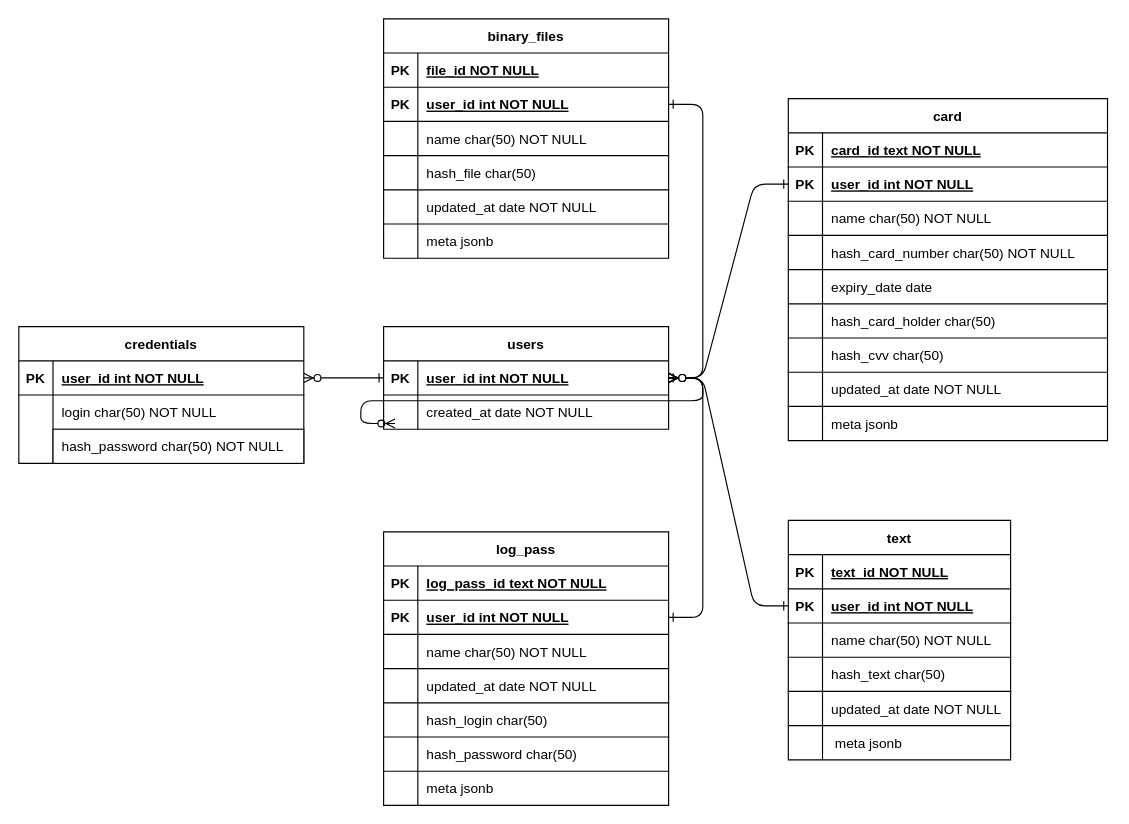
Before: db_scheme.drawio in mishankoGO/GophKeeper, a draw.io diagram. Source tidied: cells renumbered, new cells numbered last; positions are measured from the earlier drawing's top-left corner, leaving out a move shared by most shapes. Both pictures are drawn from the tidied source at 114%, with x=0, y=0 at pixel (18, 18).
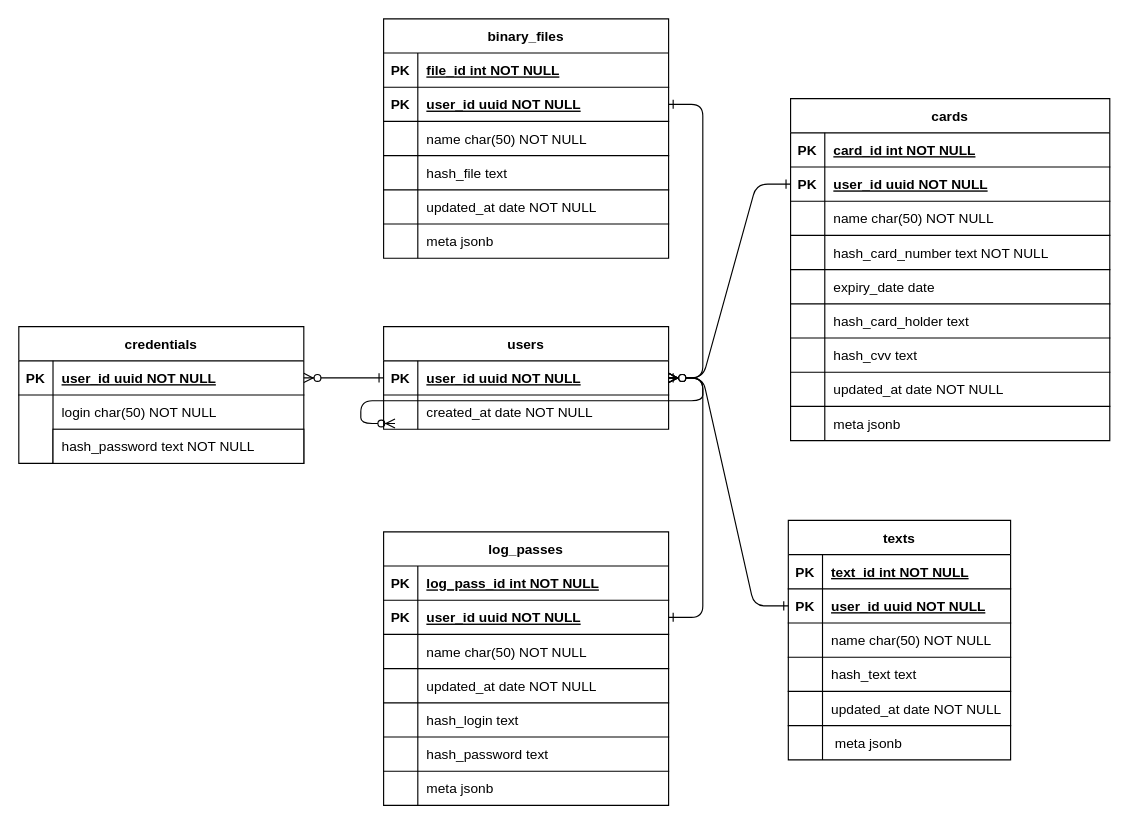
Above is the later version.

Unchanged cells that the change refers to:
```xml
<mxCell id="5" style="shape=partialRectangle;fillColor=none;points=[[0,0.5],[1,0.5]];portConstraint=eastwest;top=0;left=0;right=0;bottom=1;" parent="4" vertex="1">
  <mxGeometry y="30" width="250" height="30" as="geometry" />
</mxCell>
<mxCell id="12" style="shape=partialRectangle;fillColor=none;top=0;left=0;right=0;bottom=1;" parent="11" vertex="1">
  <mxGeometry y="30" width="195" height="30" as="geometry" />
</mxCell>
<mxCell id="15" style="shape=partialRectangle;fillColor=none;points=[[0,0.5],[1,0.5]];portConstraint=eastwest;top=0;left=0;right=0;bottom=1;" parent="11" vertex="1">
  <mxGeometry y="60" width="195" height="30" as="geometry" />
</mxCell>
<mxCell id="21" style="shape=partialRectangle;fillColor=none;top=0;left=0;right=0;bottom=1;" parent="11" vertex="1">
  <mxGeometry y="120" width="195" height="30" as="geometry" />
</mxCell>
<mxCell id="31" style="shape=partialRectangle;fillColor=none;points=[[0,0.5],[1,0.5]];portConstraint=eastwest;top=0;left=0;right=0;bottom=1;" parent="30" vertex="1">
  <mxGeometry y="30" width="250" height="30" as="geometry" />
</mxCell>
<mxCell id="44" style="shape=partialRectangle;fillColor=none;top=0;left=0;right=0;bottom=1;" parent="43" vertex="1">
  <mxGeometry y="30" width="250" height="30" as="geometry" />
</mxCell>
<mxCell id="47" style="shape=partialRectangle;fillColor=none;points=[[0,0.5],[1,0.5]];portConstraint=eastwest;top=0;left=0;right=0;bottom=1;" parent="43" vertex="1">
  <mxGeometry y="60" width="250" height="30" as="geometry" />
</mxCell>
<mxCell id="56" style="shape=partialRectangle;fillColor=none;top=0;left=0;right=0;bottom=1;" parent="43" vertex="1">
  <mxGeometry y="150" width="250" height="30" as="geometry" />
</mxCell>
<mxCell id="59" style="shape=partialRectangle;fillColor=none;top=0;left=0;right=0;bottom=1;" parent="43" vertex="1">
  <mxGeometry y="180" width="250" height="30" as="geometry" />
</mxCell>
<mxCell id="68" style="shape=partialRectangle;fillColor=none;top=0;left=0;right=0;bottom=1;" parent="67" vertex="1">
  <mxGeometry y="30" width="280" height="30" as="geometry" />
</mxCell>
<mxCell id="71" style="shape=partialRectangle;fillColor=none;points=[[0,0.5],[1,0.5]];portConstraint=eastwest;top=0;left=0;right=0;bottom=1;" parent="67" vertex="1">
  <mxGeometry y="60" width="280" height="30" as="geometry" />
</mxCell>
<mxCell id="77" style="shape=partialRectangle;fillColor=none;top=0;left=0;right=0;bottom=1;" parent="67" vertex="1">
  <mxGeometry y="120" width="280" height="30" as="geometry" />
</mxCell>
<mxCell id="80" style="shape=partialRectangle;fillColor=none;top=0;left=0;right=0;bottom=1;" parent="67" vertex="1">
  <mxGeometry y="150" width="280" height="30" as="geometry" />
</mxCell>
<mxCell id="83" style="shape=partialRectangle;fillColor=none;top=0;left=0;right=0;bottom=1;" parent="67" vertex="1">
  <mxGeometry y="180" width="280" height="30" as="geometry" />
</mxCell>
<mxCell id="86" style="shape=partialRectangle;fillColor=none;top=0;left=0;right=0;bottom=1;" parent="67" vertex="1">
  <mxGeometry y="210" width="280" height="30" as="geometry" />
</mxCell>
<mxCell id="97" style="shape=partialRectangle;fillColor=none;top=0;left=0;right=0;bottom=1;" parent="96" vertex="1">
  <mxGeometry y="30" width="250" height="30" as="geometry" />
</mxCell>
<mxCell id="100" style="shape=partialRectangle;fillColor=none;points=[[0,0.5],[1,0.5]];portConstraint=eastwest;top=0;left=0;right=0;bottom=1;" parent="96" vertex="1">
  <mxGeometry y="60" width="250" height="30" as="geometry" />
</mxCell>
<mxCell id="106" style="shape=partialRectangle;fillColor=none;top=0;left=0;right=0;bottom=1;" parent="96" vertex="1">
  <mxGeometry y="120" width="250" height="30" as="geometry" />
</mxCell>
```

Change to the diagram source:
```diff
@@
-    <mxCell id="7" value="user_id int NOT NULL " style="shape=partialRectangle;overflow=hidden;fillColor=none;top=0;left=0;bottom=0;right=0;align=left;spacingLeft=6;fontStyle=5;" parent="5" vertex="1">
+    <mxCell id="7" value="user_id uuid NOT NULL " style="shape=partialRectangle;overflow=hidden;fillColor=none;top=0;left=0;bottom=0;right=0;align=left;spacingLeft=6;fontStyle=5;" parent="5" vertex="1">
       <mxGeometry x="30" width="220" height="30" as="geometry" />
     </mxCell>
@@
-    <mxCell id="11" value="text" style="shape=table;startSize=30;childLayout=tableLayout;rowLines=0;fontStyle=1;align=center;" parent="1" vertex="1">
+    <mxCell id="11" value="texts" style="shape=table;startSize=30;childLayout=tableLayout;rowLines=0;fontStyle=1;align=center;" parent="1" vertex="1">
       <mxGeometry x="675" y="440" width="195" height="210" as="geometry" />
     </mxCell>
@@
-    <mxCell id="14" value="text_id NOT NULL" style="shape=partialRectangle;overflow=hidden;fillColor=none;top=0;left=0;bottom=0;right=0;align=left;spacingLeft=6;fontStyle=5;" parent="12" vertex="1">
+    <mxCell id="14" value="text_id int NOT NULL" style="shape=partialRectangle;overflow=hidden;fillColor=none;top=0;left=0;bottom=0;right=0;align=left;spacingLeft=6;fontStyle=5;" parent="12" vertex="1">
       <mxGeometry x="30" width="165" height="30" as="geometry" />
     </mxCell>
@@
-    <mxCell id="17" value="user_id int NOT NULL" style="shape=partialRectangle;overflow=hidden;fillColor=none;top=0;left=0;bottom=0;right=0;align=left;spacingLeft=6;fontStyle=5;" parent="15" vertex="1">
+    <mxCell id="17" value="user_id uuid NOT NULL" style="shape=partialRectangle;overflow=hidden;fillColor=none;top=0;left=0;bottom=0;right=0;align=left;spacingLeft=6;fontStyle=5;" parent="15" vertex="1">
       <mxGeometry x="30" width="165" height="30" as="geometry" />
     </mxCell>
@@
-    <mxCell id="23" value="hash_text char(50)" style="shape=partialRectangle;overflow=hidden;fillColor=none;top=0;left=0;bottom=0;right=0;align=left;spacingLeft=6;fontStyle=0;" parent="21" vertex="1">
+    <mxCell id="23" value="hash_text text" style="shape=partialRectangle;overflow=hidden;fillColor=none;top=0;left=0;bottom=0;right=0;align=left;spacingLeft=6;fontStyle=0;" parent="21" vertex="1">
       <mxGeometry x="30" width="165" height="30" as="geometry" />
     </mxCell>
@@
-    <mxCell id="33" value="user_id int NOT NULL " style="shape=partialRectangle;overflow=hidden;fillColor=none;top=0;left=0;bottom=0;right=0;align=left;spacingLeft=6;fontStyle=5;" parent="31" vertex="1">
+    <mxCell id="33" value="user_id uuid NOT NULL " style="shape=partialRectangle;overflow=hidden;fillColor=none;top=0;left=0;bottom=0;right=0;align=left;spacingLeft=6;fontStyle=5;" parent="31" vertex="1">
       <mxGeometry x="30" width="220" height="30" as="geometry" />
     </mxCell>
@@
-    <mxCell id="41" value="hash_password char(50) NOT NULL" style="shape=partialRectangle;overflow=hidden;fillColor=none;top=0;left=0;bottom=0;right=0;align=left;spacingLeft=6;" parent="1" vertex="1">
+    <mxCell id="41" value="hash_password text NOT NULL" style="shape=partialRectangle;overflow=hidden;fillColor=none;top=0;left=0;bottom=0;right=0;align=left;spacingLeft=6;" parent="1" vertex="1">
       <mxGeometry x="30" y="360" width="220" height="30" as="geometry" />
     </mxCell>
@@
-    <mxCell id="43" value="log_pass" style="shape=table;startSize=30;childLayout=tableLayout;rowLines=0;fontStyle=1;align=center;" parent="1" vertex="1">
+    <mxCell id="43" value="log_passes" style="shape=table;startSize=30;childLayout=tableLayout;rowLines=0;fontStyle=1;align=center;" parent="1" vertex="1">
       <mxGeometry x="320" y="450" width="250" height="240" as="geometry" />
     </mxCell>
@@
-    <mxCell id="46" value="log_pass_id text NOT NULL" style="shape=partialRectangle;overflow=hidden;fillColor=none;top=0;left=0;bottom=0;right=0;align=left;spacingLeft=6;fontStyle=5;" parent="44" vertex="1">
+    <mxCell id="46" value="log_pass_id int NOT NULL" style="shape=partialRectangle;overflow=hidden;fillColor=none;top=0;left=0;bottom=0;right=0;align=left;spacingLeft=6;fontStyle=5;" parent="44" vertex="1">
       <mxGeometry x="30" width="220" height="30" as="geometry" />
     </mxCell>
@@
-    <mxCell id="49" value="user_id int NOT NULL " style="shape=partialRectangle;overflow=hidden;fillColor=none;top=0;left=0;bottom=0;right=0;align=left;spacingLeft=6;fontStyle=5;" parent="47" vertex="1">
+    <mxCell id="49" value="user_id uuid NOT NULL " style="shape=partialRectangle;overflow=hidden;fillColor=none;top=0;left=0;bottom=0;right=0;align=left;spacingLeft=6;fontStyle=5;" parent="47" vertex="1">
       <mxGeometry x="30" width="220" height="30" as="geometry" />
     </mxCell>
@@
-    <mxCell id="58" value="hash_login char(50)" style="shape=partialRectangle;overflow=hidden;fillColor=none;top=0;left=0;bottom=0;right=0;align=left;spacingLeft=6;fontStyle=0;" parent="56" vertex="1">
+    <mxCell id="58" value="hash_login text" style="shape=partialRectangle;overflow=hidden;fillColor=none;top=0;left=0;bottom=0;right=0;align=left;spacingLeft=6;fontStyle=0;" parent="56" vertex="1">
       <mxGeometry x="30" width="220" height="30" as="geometry" />
     </mxCell>
@@
-    <mxCell id="61" value="hash_password char(50)" style="shape=partialRectangle;overflow=hidden;fillColor=none;top=0;left=0;bottom=0;right=0;align=left;spacingLeft=6;fontStyle=0;" parent="59" vertex="1">
+    <mxCell id="61" value="hash_password text" style="shape=partialRectangle;overflow=hidden;fillColor=none;top=0;left=0;bottom=0;right=0;align=left;spacingLeft=6;fontStyle=0;" parent="59" vertex="1">
       <mxGeometry x="30" width="220" height="30" as="geometry" />
     </mxCell>
@@
-    <mxCell id="67" value="card" style="shape=table;startSize=30;childLayout=tableLayout;rowLines=0;fontStyle=1;align=center;" parent="1" vertex="1">
-      <mxGeometry x="675" y="70" width="280" height="300" as="geometry" />
+    <mxCell id="67" value="cards" style="shape=table;startSize=30;childLayout=tableLayout;rowLines=0;fontStyle=1;align=center;" parent="1" vertex="1">
+      <mxGeometry x="677" y="70" width="280" height="300" as="geometry" />
     </mxCell>
@@
-    <mxCell id="70" value="card_id text NOT NULL" style="shape=partialRectangle;overflow=hidden;fillColor=none;top=0;left=0;bottom=0;right=0;align=left;spacingLeft=6;fontStyle=5;" parent="68" vertex="1">
+    <mxCell id="70" value="card_id int NOT NULL" style="shape=partialRectangle;overflow=hidden;fillColor=none;top=0;left=0;bottom=0;right=0;align=left;spacingLeft=6;fontStyle=5;" parent="68" vertex="1">
       <mxGeometry x="30" width="250" height="30" as="geometry" />
     </mxCell>
@@
-    <mxCell id="73" value="user_id int NOT NULL" style="shape=partialRectangle;overflow=hidden;fillColor=none;top=0;left=0;bottom=0;right=0;align=left;spacingLeft=6;fontStyle=5;" parent="71" vertex="1">
+    <mxCell id="73" value="user_id uuid NOT NULL" style="shape=partialRectangle;overflow=hidden;fillColor=none;top=0;left=0;bottom=0;right=0;align=left;spacingLeft=6;fontStyle=5;" parent="71" vertex="1">
       <mxGeometry x="30" width="250" height="30" as="geometry" />
     </mxCell>
@@
-    <mxCell id="79" value="hash_card_number char(50) NOT NULL" style="shape=partialRectangle;overflow=hidden;fillColor=none;top=0;left=0;bottom=0;right=0;align=left;spacingLeft=6;fontStyle=0;" parent="77" vertex="1">
+    <mxCell id="79" value="hash_card_number text NOT NULL" style="shape=partialRectangle;overflow=hidden;fillColor=none;top=0;left=0;bottom=0;right=0;align=left;spacingLeft=6;fontStyle=0;" parent="77" vertex="1">
       <mxGeometry x="30" width="250" height="30" as="geometry" />
     </mxCell>
@@
-    <mxCell id="82" value="expiry_date date " style="shape=partialRectangle;overflow=hidden;fillColor=none;top=0;left=0;bottom=0;right=0;align=left;spacingLeft=6;fontStyle=0;" parent="80" vertex="1">
+    <mxCell id="82" value="expiry_date date" style="shape=partialRectangle;overflow=hidden;fillColor=none;top=0;left=0;bottom=0;right=0;align=left;spacingLeft=6;fontStyle=0;" parent="80" vertex="1">
       <mxGeometry x="30" width="250" height="30" as="geometry" />
     </mxCell>
@@
-    <mxCell id="85" value="hash_card_holder char(50)" style="shape=partialRectangle;overflow=hidden;fillColor=none;top=0;left=0;bottom=0;right=0;align=left;spacingLeft=6;fontStyle=0;" parent="83" vertex="1">
+    <mxCell id="85" value="hash_card_holder text" style="shape=partialRectangle;overflow=hidden;fillColor=none;top=0;left=0;bottom=0;right=0;align=left;spacingLeft=6;fontStyle=0;" parent="83" vertex="1">
       <mxGeometry x="30" width="250" height="30" as="geometry" />
     </mxCell>
@@
-    <mxCell id="88" value="hash_cvv char(50)" style="shape=partialRectangle;overflow=hidden;fillColor=none;top=0;left=0;bottom=0;right=0;align=left;spacingLeft=6;fontStyle=0;" parent="86" vertex="1">
+    <mxCell id="88" value="hash_cvv text" style="shape=partialRectangle;overflow=hidden;fillColor=none;top=0;left=0;bottom=0;right=0;align=left;spacingLeft=6;fontStyle=0;" parent="86" vertex="1">
       <mxGeometry x="30" width="250" height="30" as="geometry" />
     </mxCell>
@@
-    <mxCell id="99" value="file_id NOT NULL" style="shape=partialRectangle;overflow=hidden;fillColor=none;top=0;left=0;bottom=0;right=0;align=left;spacingLeft=6;fontStyle=5;" parent="97" vertex="1">
+    <mxCell id="99" value="file_id int NOT NULL" style="shape=partialRectangle;overflow=hidden;fillColor=none;top=0;left=0;bottom=0;right=0;align=left;spacingLeft=6;fontStyle=5;" parent="97" vertex="1">
       <mxGeometry x="30" width="220" height="30" as="geometry" />
     </mxCell>
@@
-    <mxCell id="102" value="user_id int NOT NULL" style="shape=partialRectangle;overflow=hidden;fillColor=none;top=0;left=0;bottom=0;right=0;align=left;spacingLeft=6;fontStyle=5;" parent="100" vertex="1">
+    <mxCell id="102" value="user_id uuid NOT NULL" style="shape=partialRectangle;overflow=hidden;fillColor=none;top=0;left=0;bottom=0;right=0;align=left;spacingLeft=6;fontStyle=5;" parent="100" vertex="1">
       <mxGeometry x="30" width="220" height="30" as="geometry" />
     </mxCell>
@@
-    <mxCell id="108" value="hash_file char(50)" style="shape=partialRectangle;overflow=hidden;fillColor=none;top=0;left=0;bottom=0;right=0;align=left;spacingLeft=6;fontStyle=0;" parent="106" vertex="1">
+    <mxCell id="108" value="hash_file text" style="shape=partialRectangle;overflow=hidden;fillColor=none;top=0;left=0;bottom=0;right=0;align=left;spacingLeft=6;fontStyle=0;" parent="106" vertex="1">
       <mxGeometry x="30" width="220" height="30" as="geometry" />
     </mxCell>
```
